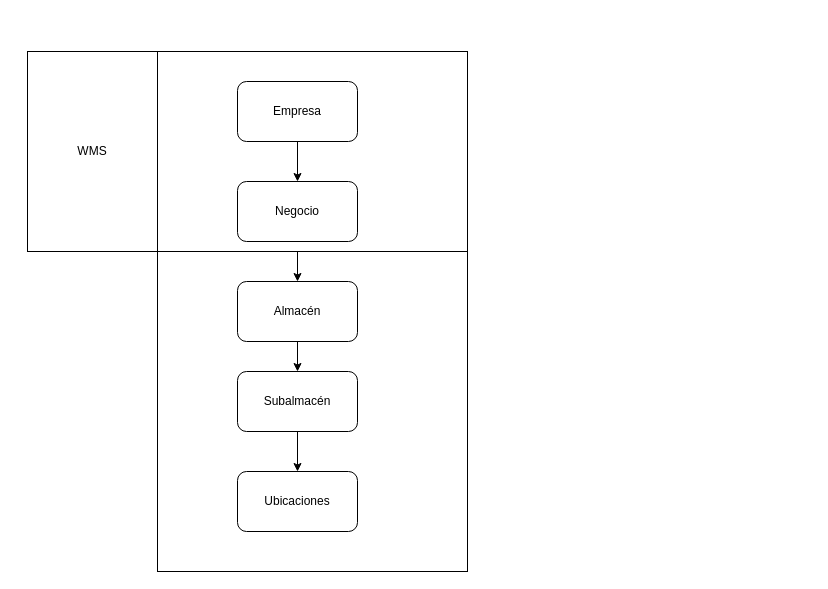
The draw.io diagram ArquitecturaWMS.drawio in ErnestoDanielTafoyaMolinaCYM/clases-cat-cym, before the edit. Source tidied: cells renumbered, new cells numbered last; positions are measured from the earlier drawing's top-left corner, leaving out a move shared by most shapes. Both pictures are drawn from the tidied source at 100%, with x=0, y=0 at pixel (27, 51).
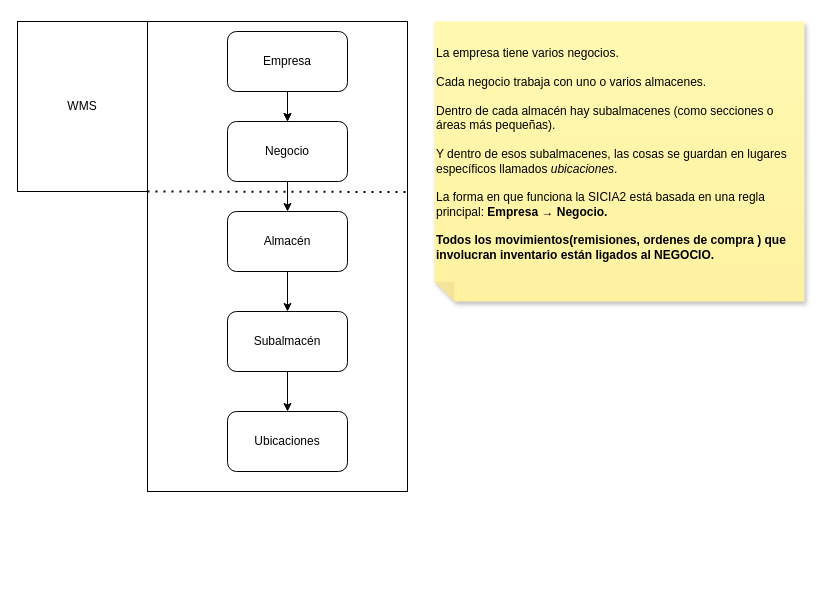
The same page after the edit.

Change to the diagram source:
```diff
@@
 <mxGraphModel>
   <root>
     <mxCell id="0" />
     <mxCell id="1" parent="0" />
     <mxCell id="2" style="rounded=0;whiteSpace=wrap;html=1;" parent="1" vertex="1">
-      <mxGeometry x="130" width="310" height="520" as="geometry" />
+      <mxGeometry x="120" y="-30" width="260" height="470" as="geometry" />
     </mxCell>
     <mxCell id="3" style="edgeStyle=orthogonalEdgeStyle;rounded=0;jettySize=auto;html=1;" parent="1" edge="1" source="13" target="14">
       <mxGeometry relative="1" as="geometry" />
     </mxCell>
     <mxCell id="4" style="edgeStyle=orthogonalEdgeStyle;rounded=0;jettySize=auto;html=1;" parent="1" edge="1" source="14" target="6">
       <mxGeometry relative="1" as="geometry" />
     </mxCell>
     <mxCell id="5" style="edgeStyle=orthogonalEdgeStyle;rounded=0;jettySize=auto;html=1;" parent="1" edge="1" source="6" target="8">
       <mxGeometry relative="1" as="geometry" />
     </mxCell>
     <mxCell id="6" value="Almacén" style="rounded=1;whiteSpace=wrap;html=1;" parent="1" vertex="1">
-      <mxGeometry x="210" y="230" width="120" height="60" as="geometry" />
+      <mxGeometry x="200" y="160" width="120" height="60" as="geometry" />
     </mxCell>
     <mxCell id="7" style="edgeStyle=orthogonalEdgeStyle;rounded=0;jettySize=auto;html=1;" parent="1" edge="1" source="8" target="9">
       <mxGeometry relative="1" as="geometry" />
     </mxCell>
     <mxCell id="8" value="Subalmacén" style="rounded=1;whiteSpace=wrap;html=1;" parent="1" vertex="1">
-      <mxGeometry x="210" y="320" width="120" height="60" as="geometry" />
+      <mxGeometry x="200" y="260" width="120" height="60" as="geometry" />
     </mxCell>
     <mxCell id="9" value="Ubicaciones" style="rounded=1;whiteSpace=wrap;html=1;" parent="1" vertex="1">
-      <mxGeometry x="210" y="420" width="120" height="60" as="geometry" />
+      <mxGeometry x="200" y="360" width="120" height="60" as="geometry" />
     </mxCell>
     <mxCell id="10" value="WMS" style="rounded=0;whiteSpace=wrap;html=1;fillColor=#FFFFFF;" parent="1" vertex="1">
-      <mxGeometry width="130" height="200" as="geometry" />
+      <mxGeometry x="-10" y="-30" width="130" height="170" as="geometry" />
     </mxCell>
-    <mxCell id="11" style="rounded=0;whiteSpace=wrap;html=1;" parent="1" vertex="1">
-      <mxGeometry x="130" width="310" height="200" as="geometry" />
-    </mxCell>
     <mxCell id="12" style="edgeStyle=orthogonalEdgeStyle;rounded=0;jettySize=auto;html=1;" parent="1" edge="1" source="13" target="14">
       <mxGeometry relative="1" as="geometry" />
     </mxCell>
     <mxCell id="13" value="Empresa" style="rounded=1;whiteSpace=wrap;html=1;" parent="1" vertex="1">
-      <mxGeometry x="210" y="30" width="120" height="60" as="geometry" />
+      <mxGeometry x="200" y="-20" width="120" height="60" as="geometry" />
     </mxCell>
     <mxCell id="14" value="Negocio" style="rounded=1;whiteSpace=wrap;html=1;" parent="1" vertex="1">
-      <mxGeometry x="210" y="130" width="120" height="60" as="geometry" />
+      <mxGeometry x="200" y="70" width="120" height="60" as="geometry" />
     </mxCell>
+    <mxCell id="15" style="endArrow=none;dashed=1;html=1;dashPattern=1 3;strokeWidth=2;rounded=0;exitX=-0.002;exitY=0.383;exitDx=0;exitDy=0;exitPerimeter=0;entryX=0.999;entryY=0.384;entryDx=0;entryDy=0;entryPerimeter=0;" parent="1" edge="1">
+      <mxGeometry relative="1" as="geometry">
+        <mxPoint x="120" y="140" as="sourcePoint" />
+        <mxPoint x="380.3" y="140.5" as="targetPoint" />
+      </mxGeometry>
+    </mxCell>
+    <mxCell id="16" value="La empresa tiene varios negocios.&lt;br&gt;&lt;br&gt;Cada negocio trabaja con uno o varios almacenes.&lt;br&gt;&lt;br&gt;Dentro de cada almacén hay subalmacenes (como secciones o áreas más pequeñas).&lt;br&gt;&lt;br&gt;Y dentro de esos subalmacenes, las cosas se guardan en lugares específicos llamados &lt;em style=&quot;&quot;&gt;ubicaciones&lt;/em&gt;.&lt;div&gt;&lt;br&gt;&lt;/div&gt;&lt;div&gt;&lt;div&gt;La forma en que funciona la SICIA2 está basada en una regla principal: &lt;strong&gt;Empresa → Negocio.&lt;/strong&gt;&lt;/div&gt;&lt;div&gt;&lt;strong&gt;&lt;br&gt;&lt;/strong&gt;&lt;/div&gt;&lt;div&gt;&lt;strong&gt;Todos los movimientos(remisiones, ordenes de compra ) que involucran inventario están ligados al NEGOCIO.&lt;/strong&gt;&lt;/div&gt;&lt;div&gt;&lt;br&gt;&lt;/div&gt;&lt;/div&gt;" style="shape=note;whiteSpace=wrap;html=1;backgroundOutline=1;fontColor=#000000;darkOpacity=0.05;fillColor=#FFF9B2;strokeColor=none;fillStyle=solid;direction=west;gradientDirection=north;gradientColor=#FFF2A1;shadow=1;size=20;align=left;" parent="1" vertex="1">
+      <mxGeometry x="407" y="-30" width="370" height="280" as="geometry" />
+    </mxCell>
   </root>
 </mxGraphModel>
```
